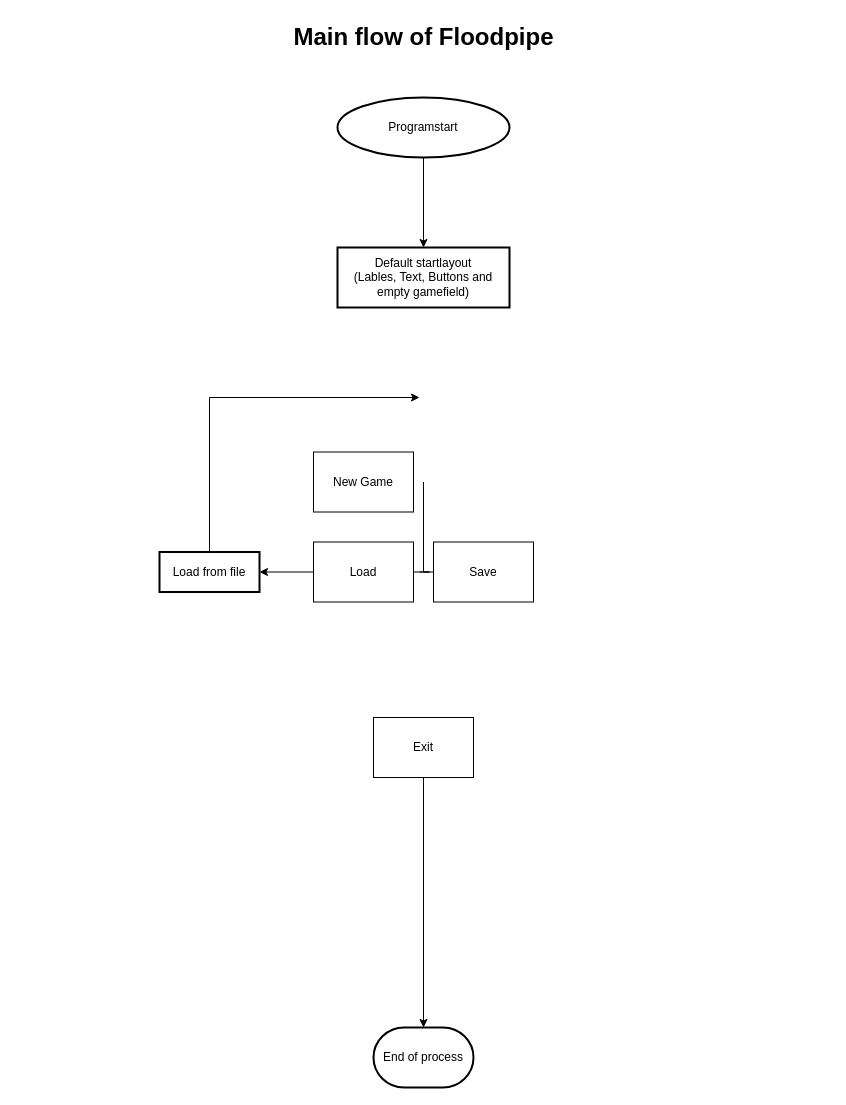
Above: page "MainFlow" (2 of 3) of Floodpipe/documentation/Floodpipe.drawio in TheZitroX/floodpipe (draw.io), before the change. Source tidied: cells renumbered, new cells numbered last; positions are measured from the earlier drawing's top-left corner, leaving out a move shared by most shapes. Both pictures are drawn from the tidied source at 100%, with x=0, y=0 at pixel (17, 17).
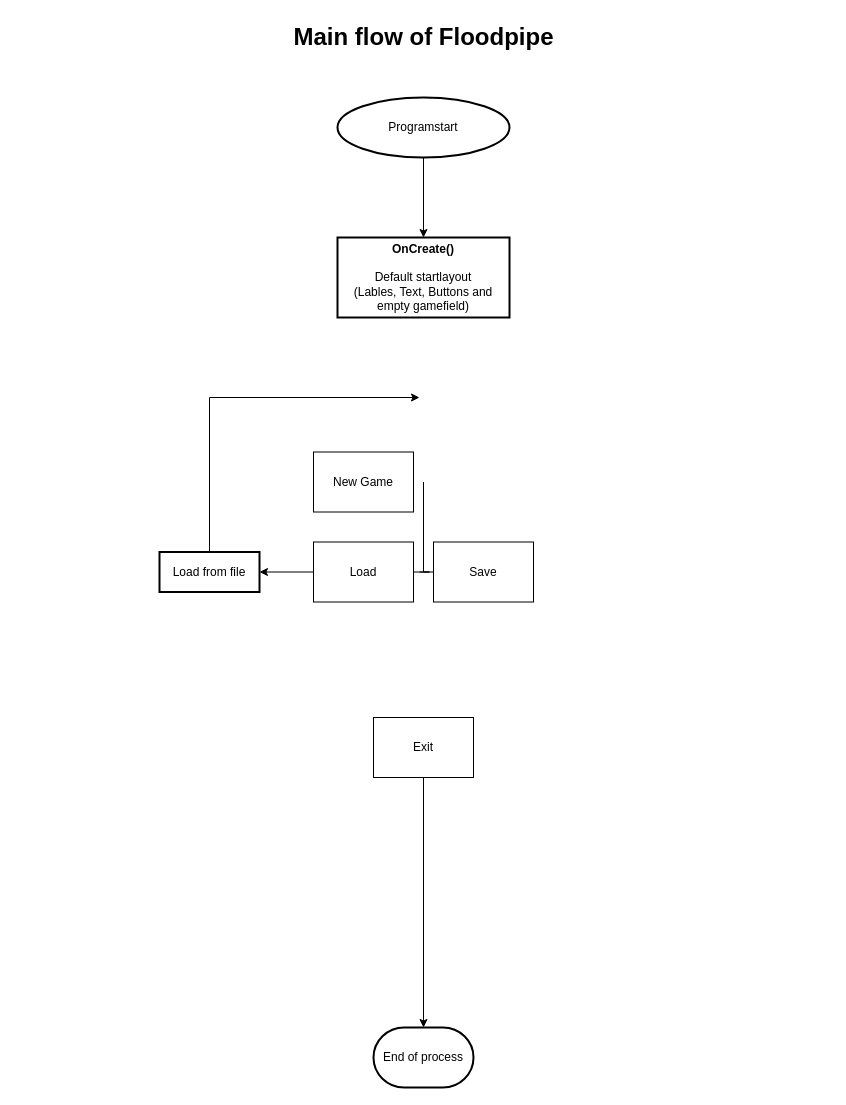
After the change.

Diff of the diagram source:
```diff
@@
-    <mxCell id="5" value="Default startlayout&lt;br&gt;(Lables, Text, Buttons and empty gamefield)" style="rounded=0;whiteSpace=wrap;html=1;absoluteArcSize=1;arcSize=14;strokeWidth=2;" parent="1" vertex="1">
-      <mxGeometry x="320" y="230" width="172" height="60" as="geometry" />
+    <mxCell id="5" value="&lt;b&gt;OnCreate()&lt;br&gt;&lt;br&gt;&lt;/b&gt;Default startlayout&lt;br&gt;(Lables, Text, Buttons and empty gamefield)" style="rounded=0;whiteSpace=wrap;html=1;absoluteArcSize=1;arcSize=14;strokeWidth=2;" parent="1" vertex="1">
+      <mxGeometry x="320" y="220" width="172" height="80" as="geometry" />
     </mxCell>
```
